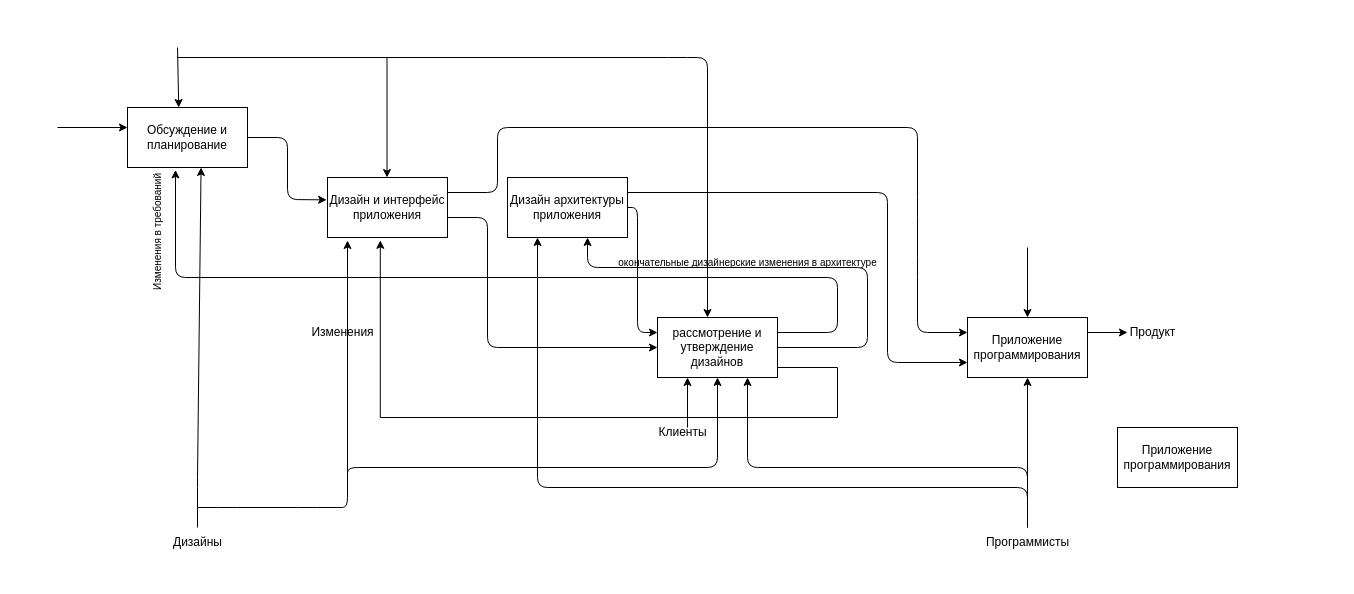
The draw.io diagram Biểu đồ không có tiêu đề.drawio in quyettranvu/Lab1_IDEF, before the edit. Source tidied: cells renumbered, new cells numbered last; positions are measured from the earlier drawing's top-left corner, leaving out a move shared by most shapes. Both pictures are drawn from the tidied source at 100%, with x=0, y=0 at pixel (57, 47).
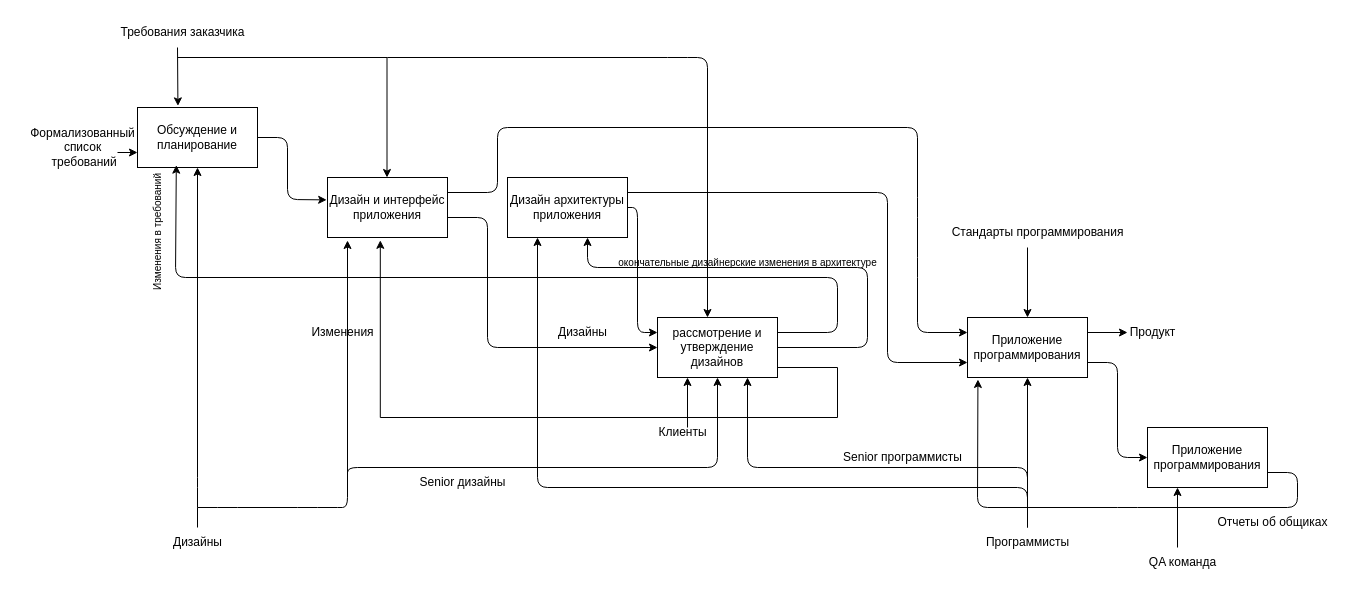
The same diagram, later.

Unchanged cells that the change refers to:
```xml
<mxCell id="12" value="рассмотрение и утверждение дизайнов" style="rounded=0;whiteSpace=wrap;html=1;" parent="1" vertex="1">
  <mxGeometry x="600" y="270" width="120" height="60" as="geometry" />
</mxCell>
<mxCell id="17" value="&lt;font style=&quot;font-size: 10px;&quot;&gt;Изменения в требований&lt;/font&gt;" style="text;html=1;align=center;verticalAlign=middle;points=[];fillColor=none;strokeColor=none;rounded=0;rotation=270;" parent="1" vertex="1">
  <mxGeometry x="30" y="170" width="140" height="30" as="geometry" />
</mxCell>
<mxCell id="27" value="Приложение программирования" style="rounded=0;whiteSpace=wrap;html=1;" parent="1" vertex="1">
  <mxGeometry x="910" y="270" width="120" height="60" as="geometry" />
</mxCell>
```

What changed in the source:
```diff
@@
     <mxCell id="2" value="Oбсуждение и планирование" style="rounded=0;whiteSpace=wrap;html=1;" parent="1" vertex="1">
-      <mxGeometry x="70" y="60" width="120" height="60" as="geometry" />
+      <mxGeometry x="80" y="60" width="120" height="60" as="geometry" />
     </mxCell>
-    <mxCell id="3" style="endArrow=classic;html=1;rounded=0;" parent="1" edge="1">
-      <mxGeometry relative="1" as="geometry">
-        <mxPoint y="80" as="sourcePoint" />
-        <mxPoint x="70" y="80" as="targetPoint" />
-      </mxGeometry>
-    </mxCell>
-    <mxCell id="4" style="endArrow=classic;html=1;rounded=0;entryX=0.427;entryY=0;entryDx=0;entryDy=0;entryPerimeter=0;" parent="1" edge="1" target="2">
+    <mxCell id="4" style="endArrow=classic;html=1;rounded=0;entryX=0.337;entryY=-0.027;entryDx=0;entryDy=0;entryPerimeter=0;" parent="1" edge="1" target="2">
       <mxGeometry relative="1" as="geometry">
         <mxPoint x="120" as="sourcePoint" />
       </mxGeometry>
     </mxCell>
@@
-    <mxCell id="16" style="endArrow=classic;html=1;exitX=1;exitY=0.25;exitDx=0;exitDy=0;rounded=1;entryX=0.4;entryY=1.04;entryDx=0;entryDy=0;entryPerimeter=0;" parent="1" edge="1" source="12" target="2">
+    <mxCell id="16" style="endArrow=classic;html=1;exitX=1;exitY=0.25;exitDx=0;exitDy=0;rounded=1;entryX=0.981;entryY=1.127;entryDx=0;entryDy=0;entryPerimeter=0;" parent="1" edge="1" source="12" target="17">
       <mxGeometry relative="1" as="geometry">
         <Array as="points">
           <mxPoint x="780" y="285" />
           <mxPoint x="780" y="230" />
           <mxPoint x="118" y="230" />
         </Array>
       </mxGeometry>
     </mxCell>
@@
-    <mxCell id="20" style="endArrow=classic;html=1;rounded=0;fontSize=10;entryX=0.613;entryY=1;entryDx=0;entryDy=0;entryPerimeter=0;" parent="1" edge="1" target="2">
+    <mxCell id="20" style="endArrow=classic;html=1;rounded=0;fontSize=10;entryX=0.5;entryY=1;entryDx=0;entryDy=0;" parent="1" edge="1" target="2">
       <mxGeometry relative="1" as="geometry">
         <mxPoint x="140" y="480" as="sourcePoint" />
         <Array as="points">
           <mxPoint x="140" y="460" />
           <mxPoint x="140" y="440" />
           <mxPoint x="140" y="430" />
         </Array>
       </mxGeometry>
     </mxCell>
@@
     <mxCell id="37" value="Приложение программирования" style="rounded=0;whiteSpace=wrap;html=1;" parent="1" vertex="1">
-      <mxGeometry x="1060" y="380" width="120" height="60" as="geometry" />
+      <mxGeometry x="1090" y="380" width="120" height="60" as="geometry" />
     </mxCell>
+    <mxCell id="38" style="endArrow=classic;html=1;rounded=1;exitX=1;exitY=0.75;exitDx=0;exitDy=0;entryX=0;entryY=0.5;entryDx=0;entryDy=0;" parent="1" edge="1" source="27" target="37">
+      <mxGeometry relative="1" as="geometry">
+        <Array as="points">
+          <mxPoint x="1060" y="315" />
+          <mxPoint x="1060" y="410" />
+        </Array>
+      </mxGeometry>
+    </mxCell>
+    <mxCell id="39" style="endArrow=classic;html=1;rounded=1;exitX=1;exitY=0.75;exitDx=0;exitDy=0;entryX=0.087;entryY=1.033;entryDx=0;entryDy=0;entryPerimeter=0;" parent="1" edge="1" source="37" target="27">
+      <mxGeometry relative="1" as="geometry">
+        <Array as="points">
+          <mxPoint x="1240" y="425" />
+          <mxPoint x="1240" y="460" />
+          <mxPoint x="1070" y="460" />
+          <mxPoint x="920" y="460" />
+        </Array>
+      </mxGeometry>
+    </mxCell>
+    <mxCell id="40" value="Отчеты об общиках" style="text;html=1;align=center;verticalAlign=middle;fillColor=none;strokeColor=none;rounded=0;" parent="1" vertex="1">
+      <mxGeometry x="1150" y="460" width="130" height="30" as="geometry" />
+    </mxCell>
+    <mxCell id="41" style="endArrow=classic;html=1;rounded=1;entryX=0.25;entryY=1;entryDx=0;entryDy=0;" parent="1" edge="1" target="37">
+      <mxGeometry relative="1" as="geometry">
+        <mxPoint x="1120" y="500" as="sourcePoint" />
+      </mxGeometry>
+    </mxCell>
+    <mxCell id="42" value="QA команда" style="text;html=1;align=center;verticalAlign=middle;fillColor=none;strokeColor=none;rounded=0;" parent="1" vertex="1">
+      <mxGeometry x="1080" y="500" width="90" height="30" as="geometry" />
+    </mxCell>
+    <mxCell id="43" value="Стандарты программирования" style="text;html=1;align=center;verticalAlign=middle;fillColor=none;strokeColor=none;rounded=0;" parent="1" vertex="1">
+      <mxGeometry x="880" y="170" width="200" height="30" as="geometry" />
+    </mxCell>
+    <mxCell id="44" value="Senior дизайны" style="text;html=1;align=center;verticalAlign=middle;fillColor=none;strokeColor=none;rounded=0;" parent="1" vertex="1">
+      <mxGeometry x="350" y="420" width="110" height="30" as="geometry" />
+    </mxCell>
+    <mxCell id="45" value="Дизайны" style="text;html=1;align=center;verticalAlign=middle;fillColor=none;strokeColor=none;rounded=0;" parent="1" vertex="1">
+      <mxGeometry x="490" y="270" width="70" height="30" as="geometry" />
+    </mxCell>
+    <mxCell id="46" value="Senior программисты" style="text;html=1;align=center;verticalAlign=middle;fillColor=none;strokeColor=none;rounded=0;" parent="1" vertex="1">
+      <mxGeometry x="775" y="395" width="140" height="30" as="geometry" />
+    </mxCell>
+    <mxCell id="47" value="Требования заказчика" style="text;html=1;align=center;verticalAlign=middle;fillColor=none;strokeColor=none;rounded=0;" parent="1" vertex="1">
+      <mxGeometry x="50" y="-30" width="150" height="30" as="geometry" />
+    </mxCell>
+    <mxCell id="48" value="Формализованный&lt;br&gt;список&lt;br&gt;&amp;nbsp;требований" style="text;html=1;align=center;verticalAlign=middle;fillColor=none;strokeColor=none;rounded=0;" parent="1" vertex="1">
+      <mxGeometry x="-40" y="70" width="130" height="60" as="geometry" />
+    </mxCell>
+    <mxCell id="49" style="endArrow=classic;html=1;rounded=1;entryX=0;entryY=0.75;entryDx=0;entryDy=0;" parent="1" edge="1" target="2">
+      <mxGeometry relative="1" as="geometry">
+        <mxPoint x="60" y="105" as="sourcePoint" />
+      </mxGeometry>
+    </mxCell>
```
